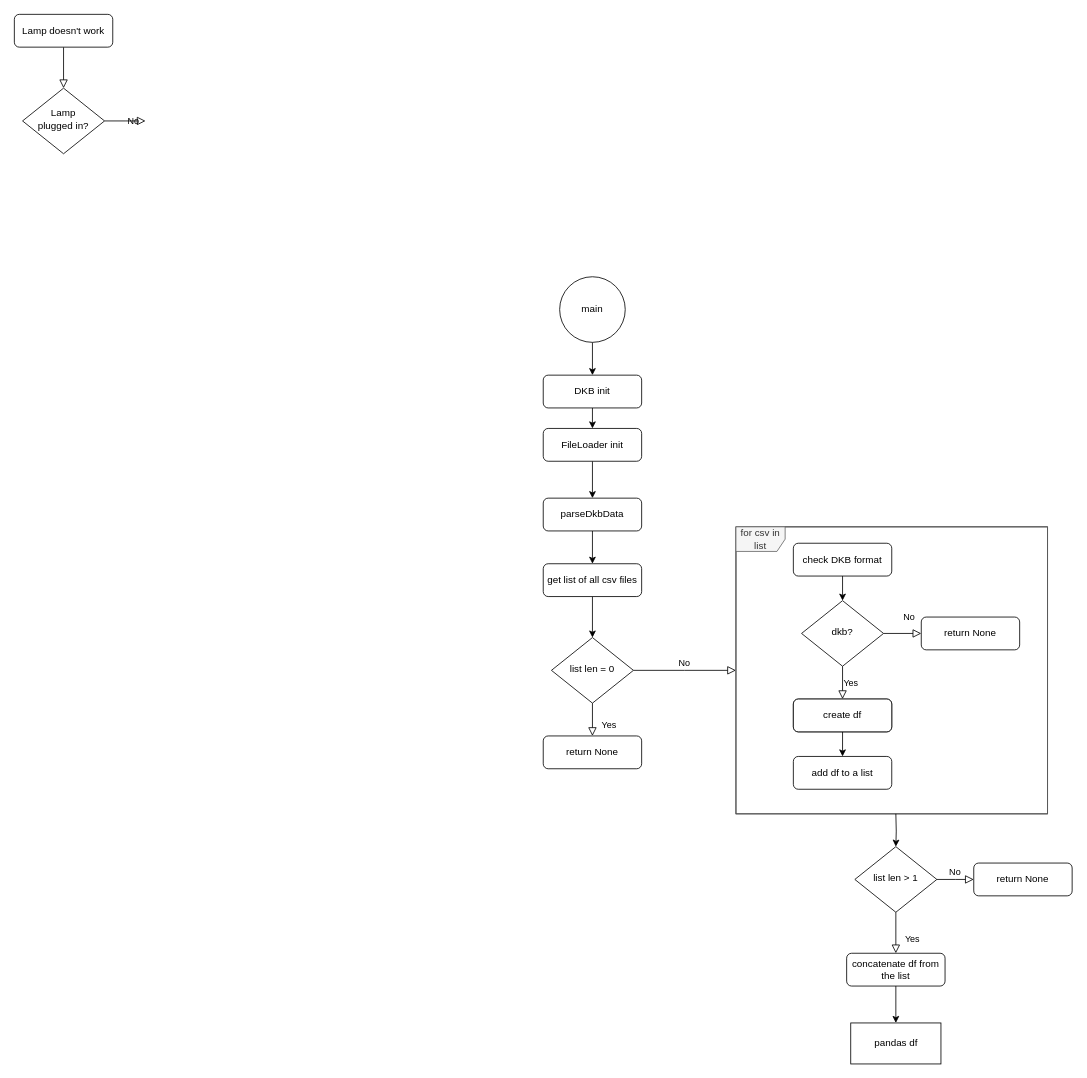
The draw.io diagram page "flow-chart" (1 of 2) of doc/design.drawio in wowa-q/ptProjects, before the edit. Source tidied: cells renumbered, new cells numbered last; positions are measured from the earlier drawing's top-left corner, leaving out a move shared by most shapes. Both pictures are drawn from the tidied source at 82%, with x=0, y=0 at pixel (14, 14).
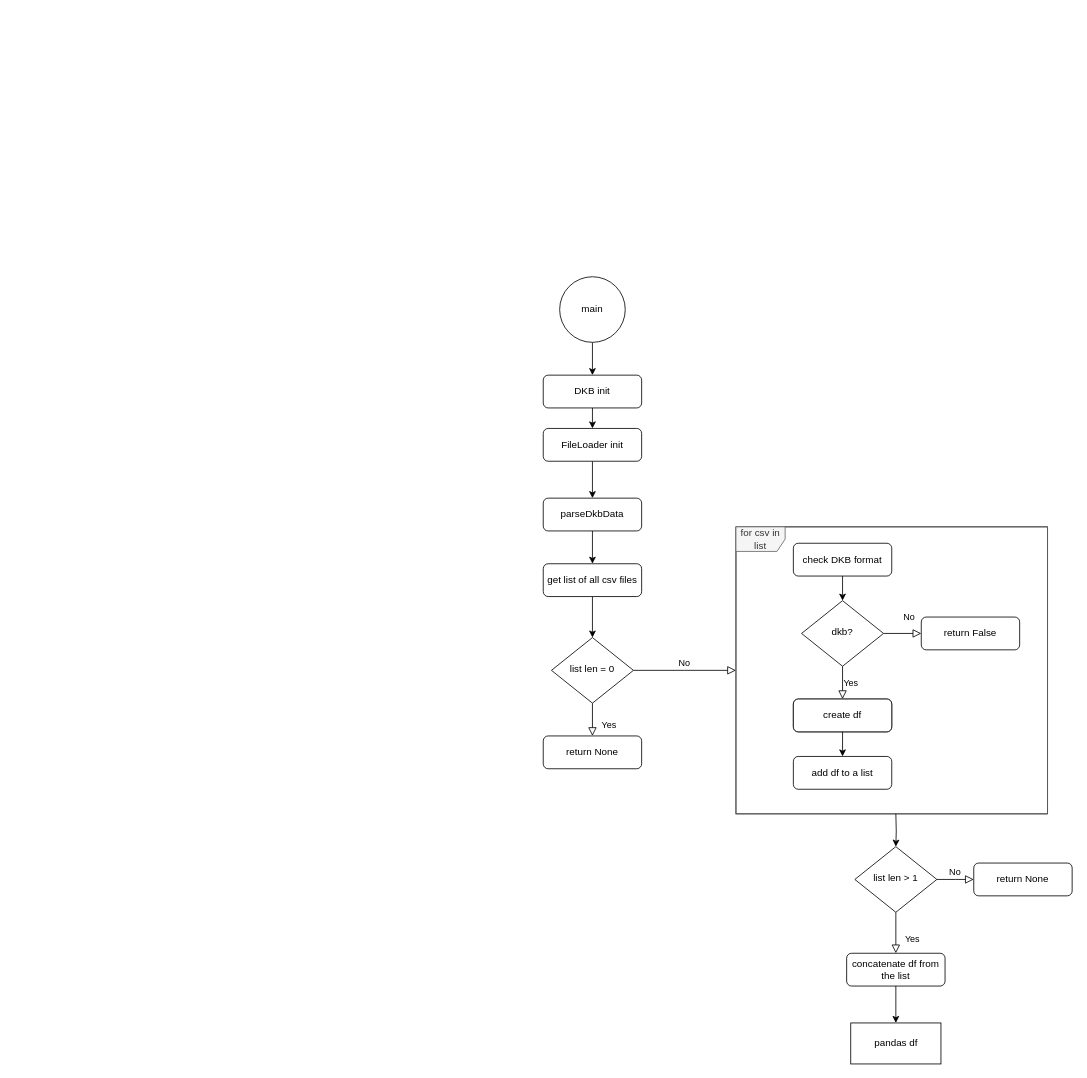
The same diagram, later.

Change to the diagram source:
```diff
@@
-    <mxCell id="2" style="rounded=0;html=1;jettySize=auto;fontSize=11;endArrow=block;endFill=0;endSize=8;strokeWidth=1;shadow=0;labelBackgroundColor=none;edgeStyle=orthogonalEdgeStyle;" parent="1" edge="1" source="3" target="5">
-      <mxGeometry relative="1" as="geometry" />
-    </mxCell>
-    <mxCell id="3" value="Lamp doesn't work" style="rounded=1;whiteSpace=wrap;html=1;fontSize=12;glass=0;strokeWidth=1;shadow=0;" parent="1" vertex="1">
-      <mxGeometry width="120" height="40" as="geometry" />
-    </mxCell>
-    <mxCell id="4" value="No" style="edgeStyle=orthogonalEdgeStyle;rounded=0;html=1;jettySize=auto;fontSize=11;endArrow=block;endFill=0;endSize=8;strokeWidth=1;shadow=0;labelBackgroundColor=none;" parent="1" edge="1" source="5">
-      <mxGeometry y="10" relative="1" as="geometry">
-        <mxPoint x="160" y="130" as="targetPoint" />
-      </mxGeometry>
-    </mxCell>
-    <mxCell id="5" value="Lamp&lt;br&gt;plugged in?" style="rhombus;whiteSpace=wrap;html=1;shadow=0;fontFamily=Helvetica;fontSize=12;align=center;strokeWidth=1;spacing=6;spacingTop=-4;" parent="1" vertex="1">
-      <mxGeometry x="10" y="90" width="100" height="80" as="geometry" />
-    </mxCell>
@@
-    <mxCell id="27" value="return None" style="rounded=1;whiteSpace=wrap;html=1;fontSize=12;glass=0;strokeWidth=1;shadow=0;" parent="1" vertex="1">
+    <mxCell id="27" value="return False" style="rounded=1;whiteSpace=wrap;html=1;fontSize=12;glass=0;strokeWidth=1;shadow=0;" parent="1" vertex="1">
       <mxGeometry x="1106" y="735" width="120" height="40" as="geometry" />
     </mxCell>
```
